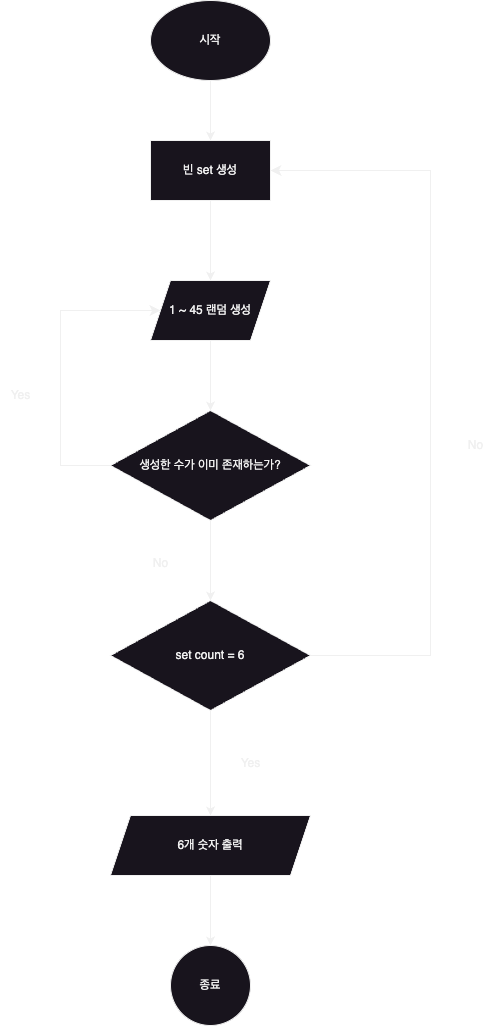
Earlier version of the draw.io export CodeStarterCamp_Week2/로또_순서도.png (yagom-academy/swift-starter-Round2). Source tidied: cells renumbered, new cells last; positions are measured from the earlier drawing's top-left corner, leaving out a move shared by most shapes. The source it was exported from:
```xml
<mxGraphModel>
  <root>
    <mxCell id="0" />
    <mxCell id="1" parent="0" />
    <mxCell id="2" style="edgeStyle=orthogonalEdgeStyle;rounded=0;jettySize=auto;html=1;" parent="1" edge="1" source="3">
      <mxGeometry relative="1" as="geometry">
        <mxPoint x="210" y="140" as="targetPoint" />
      </mxGeometry>
    </mxCell>
    <mxCell id="3" value="시작" style="ellipse;whiteSpace=wrap;html=1;" parent="1" vertex="1">
      <mxGeometry x="150" width="120" height="80" as="geometry" />
    </mxCell>
    <mxCell id="4" style="edgeStyle=orthogonalEdgeStyle;rounded=0;jettySize=auto;html=1;" parent="1" edge="1" source="5">
      <mxGeometry relative="1" as="geometry">
        <mxPoint x="210" y="280" as="targetPoint" />
      </mxGeometry>
    </mxCell>
    <mxCell id="5" value="빈 set 생성" style="rounded=0;whiteSpace=wrap;html=1;" parent="1" vertex="1">
      <mxGeometry x="150" y="140" width="120" height="60" as="geometry" />
    </mxCell>
    <mxCell id="6" style="edgeStyle=orthogonalEdgeStyle;rounded=0;jettySize=auto;html=1;" parent="1" edge="1" source="7" target="9">
      <mxGeometry relative="1" as="geometry" />
    </mxCell>
    <mxCell id="7" value="1 ~ 45 랜덤 생성" style="shape=parallelogram;perimeter=parallelogramPerimeter;whiteSpace=wrap;html=1;fixedSize=1;" parent="1" vertex="1">
      <mxGeometry x="150" y="280" width="120" height="60" as="geometry" />
    </mxCell>
    <mxCell id="8" style="edgeStyle=orthogonalEdgeStyle;rounded=0;jettySize=auto;html=1;" parent="1" edge="1" source="9" target="11">
      <mxGeometry relative="1" as="geometry" />
    </mxCell>
    <mxCell id="9" value="생성한 수가 이미 존재하는가?" style="rhombus;whiteSpace=wrap;html=1;" parent="1" vertex="1">
      <mxGeometry x="110" y="410" width="200" height="110" as="geometry" />
    </mxCell>
    <mxCell id="10" style="edgeStyle=orthogonalEdgeStyle;rounded=0;jettySize=auto;html=1;" parent="1" edge="1" source="11" target="16">
      <mxGeometry relative="1" as="geometry" />
    </mxCell>
    <mxCell id="11" value="set count = 6" style="rhombus;whiteSpace=wrap;html=1;" parent="1" vertex="1">
      <mxGeometry x="110" y="600" width="200" height="110" as="geometry" />
    </mxCell>
    <mxCell id="12" value="No" style="text;html=1;align=center;verticalAlign=middle;strokeColor=none;fillColor=none;" parent="1" vertex="1">
      <mxGeometry x="140" y="548" width="40" height="30" as="geometry" />
    </mxCell>
    <mxCell id="13" style="edgeStyle=elbowEdgeStyle;elbow=horizontal;endArrow=classic;html=1;curved=0;rounded=0;endSize=8;startSize=8;exitX=0;exitY=0.5;exitDx=0;exitDy=0;" parent="1" edge="1" source="9">
      <mxGeometry relative="1" as="geometry">
        <mxPoint x="160" y="310" as="targetPoint" />
        <Array as="points">
          <mxPoint x="60" y="400" />
        </Array>
      </mxGeometry>
    </mxCell>
    <mxCell id="14" value="Yes" style="text;html=1;align=center;verticalAlign=middle;strokeColor=none;fillColor=none;" parent="1" vertex="1">
      <mxGeometry y="380" width="40" height="30" as="geometry" />
    </mxCell>
    <mxCell id="15" style="edgeStyle=orthogonalEdgeStyle;rounded=0;jettySize=auto;html=1;" parent="1" edge="1" source="16" target="17">
      <mxGeometry relative="1" as="geometry" />
    </mxCell>
    <mxCell id="16" value="6개 숫자 출력" style="shape=parallelogram;perimeter=parallelogramPerimeter;whiteSpace=wrap;html=1;fixedSize=1;" parent="1" vertex="1">
      <mxGeometry x="110" y="815" width="200" height="60" as="geometry" />
    </mxCell>
    <mxCell id="17" value="종료" style="ellipse;whiteSpace=wrap;html=1;" parent="1" vertex="1">
      <mxGeometry x="170" y="945" width="80" height="80" as="geometry" />
    </mxCell>
    <mxCell id="18" style="edgeStyle=elbowEdgeStyle;elbow=horizontal;endArrow=classic;html=1;curved=0;rounded=0;endSize=8;startSize=8;entryX=1;entryY=0.5;entryDx=0;entryDy=0;exitX=1;exitY=0.5;exitDx=0;exitDy=0;" parent="1" edge="1" source="11" target="5">
      <mxGeometry relative="1" as="geometry">
        <Array as="points">
          <mxPoint x="430" y="400" />
        </Array>
      </mxGeometry>
    </mxCell>
    <mxCell id="19" value="Yes" style="text;html=1;align=center;verticalAlign=middle;strokeColor=none;fillColor=none;" parent="1" vertex="1">
      <mxGeometry x="230" y="748" width="40" height="30" as="geometry" />
    </mxCell>
    <mxCell id="20" value="No" style="text;html=1;align=center;verticalAlign=middle;strokeColor=none;fillColor=none;" parent="1" vertex="1">
      <mxGeometry x="455" y="430" width="40" height="30" as="geometry" />
    </mxCell>
  </root>
</mxGraphModel>
```
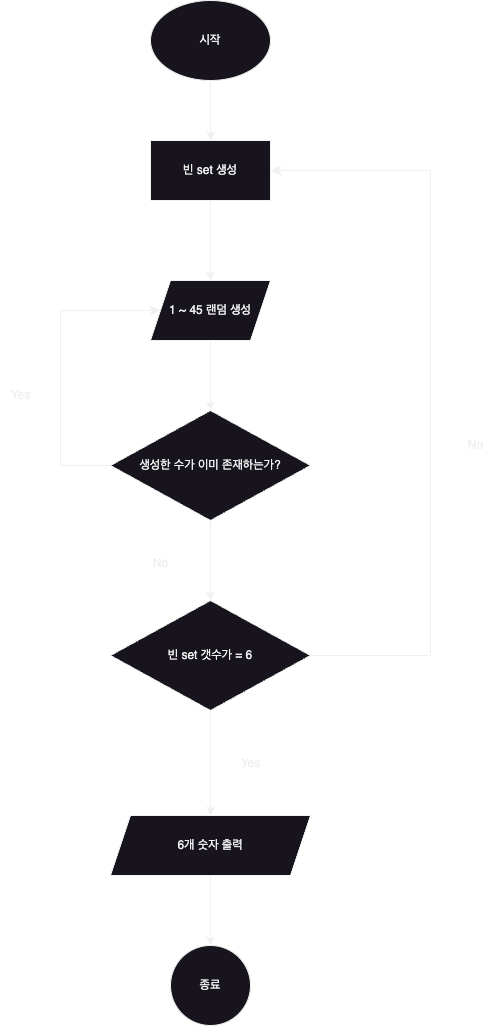
The same diagram one commit later.

Commit message:
순서도 수정

What changed in the source:
```diff
@@ -33,7 +33,7 @@
     <mxCell id="10" style="edgeStyle=orthogonalEdgeStyle;rounded=0;jettySize=auto;html=1;" parent="1" edge="1" source="11" target="16">
       <mxGeometry relative="1" as="geometry" />
     </mxCell>
-    <mxCell id="11" value="set count = 6" style="rhombus;whiteSpace=wrap;html=1;" parent="1" vertex="1">
+    <mxCell id="11" value="빈 set 갯수가 = 6" style="rhombus;whiteSpace=wrap;html=1;" parent="1" vertex="1">
       <mxGeometry x="110" y="600" width="200" height="110" as="geometry" />
     </mxCell>
     <mxCell id="12" value="No" style="text;html=1;align=center;verticalAlign=middle;strokeColor=none;fillColor=none;" parent="1" vertex="1">
```
